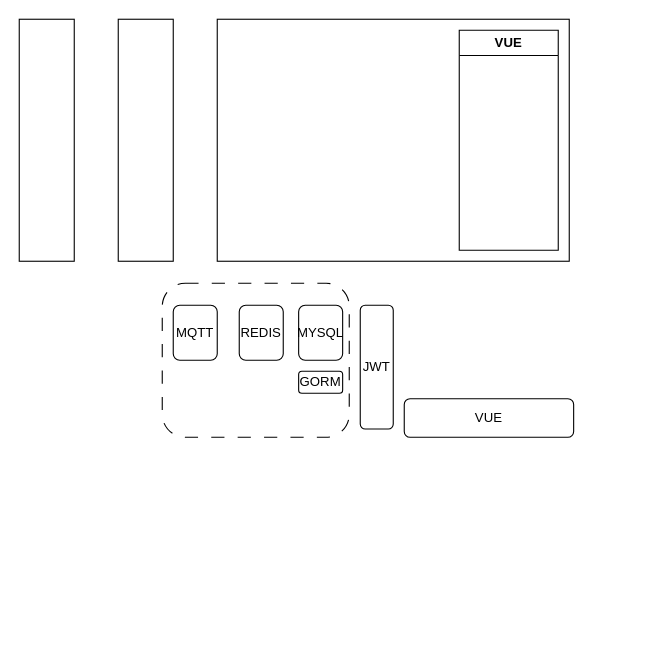
Before: page "云平台系统架构设计" (1 of 2) of 未命名绘图.drawio in Asafield/draw, a draw.io diagram. Source tidied: cells renumbered, new cells numbered last; positions are measured from the earlier drawing's top-left corner, leaving out a move shared by most shapes. Both pictures are drawn from the tidied source at 110%, with x=0, y=0 at pixel (19, 19).
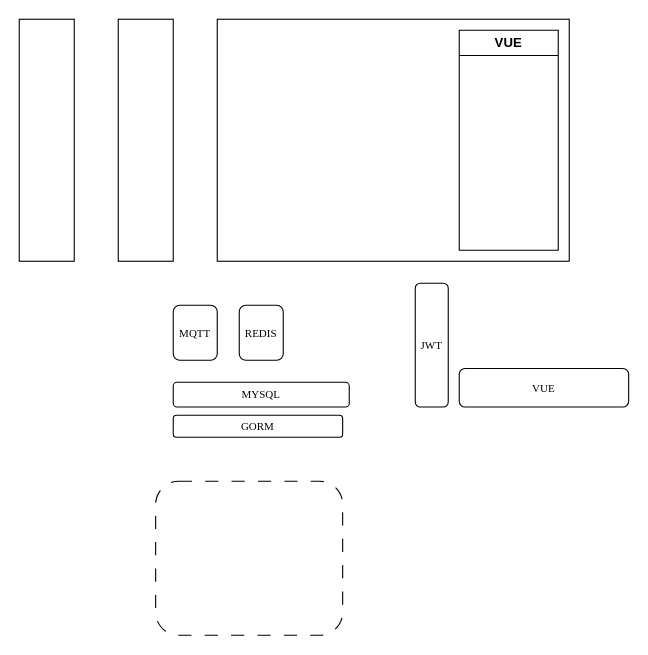
After the change.

Commit message:
云平台设计.drawio

What changed in the source:
```diff
@@
 <mxGraphModel>
   <root>
     <mxCell id="0" />
     <mxCell id="1" parent="0" />
+    <mxCell id="10" style="rounded=1;whiteSpace=wrap;html=1;dashed=1;dashPattern=12 12;fillColor=none;fontSize=10;fontFamily=Times New Roman;" parent="1" vertex="1">
+      <mxGeometry x="124" y="420" width="170" height="140" as="geometry" />
+    </mxCell>
     <mxCell id="2" style="rounded=0;whiteSpace=wrap;html=1;" parent="1" vertex="1">
       <mxGeometry width="50" height="220" as="geometry" />
     </mxCell>
     <mxCell id="3" style="rounded=0;whiteSpace=wrap;html=1;" parent="1" vertex="1">
       <mxGeometry x="90" width="50" height="220" as="geometry" />
     </mxCell>
     <mxCell id="4" style="rounded=0;whiteSpace=wrap;html=1;" parent="1" vertex="1">
       <mxGeometry x="180" width="320" height="220" as="geometry" />
     </mxCell>
     <mxCell id="5" value="VUE" style="swimlane;whiteSpace=wrap;html=1;" parent="1" vertex="1">
       <mxGeometry x="400" y="10" width="90" height="200" as="geometry" />
     </mxCell>
-    <mxCell id="6" value="MQTT" style="rounded=1;whiteSpace=wrap;html=1;" parent="1" vertex="1">
+    <mxCell id="6" value="MQTT" style="rounded=1;whiteSpace=wrap;html=1;fontSize=10;fontFamily=Times New Roman;" parent="1" vertex="1">
       <mxGeometry x="140" y="260" width="40" height="50" as="geometry" />
     </mxCell>
-    <mxCell id="7" value="REDIS" style="rounded=1;whiteSpace=wrap;html=1;" parent="1" vertex="1">
+    <mxCell id="7" value="REDIS" style="rounded=1;whiteSpace=wrap;html=1;fontSize=10;fontFamily=Times New Roman;" parent="1" vertex="1">
       <mxGeometry x="200" y="260" width="40" height="50" as="geometry" />
     </mxCell>
-    <mxCell id="8" value="MYSQL" style="rounded=1;whiteSpace=wrap;html=1;" parent="1" vertex="1">
-      <mxGeometry x="254" y="260" width="40" height="50" as="geometry" />
+    <mxCell id="8" value="MYSQL" style="rounded=1;whiteSpace=wrap;html=1;fontSize=10;fontFamily=Times New Roman;" parent="1" vertex="1">
+      <mxGeometry x="140" y="330" width="160" height="22.5" as="geometry" />
     </mxCell>
-    <mxCell id="9" value="GORM" style="rounded=1;whiteSpace=wrap;html=1;" parent="1" vertex="1">
-      <mxGeometry x="254" y="320" width="40" height="20" as="geometry" />
+    <mxCell id="9" value="GORM" style="rounded=1;whiteSpace=wrap;html=1;fontSize=10;fontFamily=Times New Roman;" parent="1" vertex="1">
+      <mxGeometry x="140" y="360" width="154" height="20" as="geometry" />
     </mxCell>
-    <mxCell id="10" style="rounded=1;whiteSpace=wrap;html=1;dashed=1;dashPattern=12 12;fillColor=none;" parent="1" vertex="1">
-      <mxGeometry x="130" y="240" width="170" height="140" as="geometry" />
-    </mxCell>
-    <mxCell id="11" value="JWT" style="rounded=1;whiteSpace=wrap;html=1;" parent="1" vertex="1">
-      <mxGeometry x="310" y="260" width="30" height="112.5" as="geometry" />
+    <mxCell id="11" value="JWT" style="rounded=1;whiteSpace=wrap;html=1;fontSize=10;fontFamily=Times New Roman;" parent="1" vertex="1">
+      <mxGeometry x="360" y="240" width="30" height="112.5" as="geometry" />
     </mxCell>
-    <mxCell id="12" value="VUE" style="rounded=1;whiteSpace=wrap;html=1;" parent="1" vertex="1">
-      <mxGeometry x="350" y="345" width="154" height="35" as="geometry" />
+    <mxCell id="12" value="VUE" style="rounded=1;whiteSpace=wrap;html=1;fontSize=10;fontFamily=Times New Roman;" parent="1" vertex="1">
+      <mxGeometry x="400" y="317.5" width="154" height="35" as="geometry" />
     </mxCell>
   </root>
 </mxGraphModel>
```
